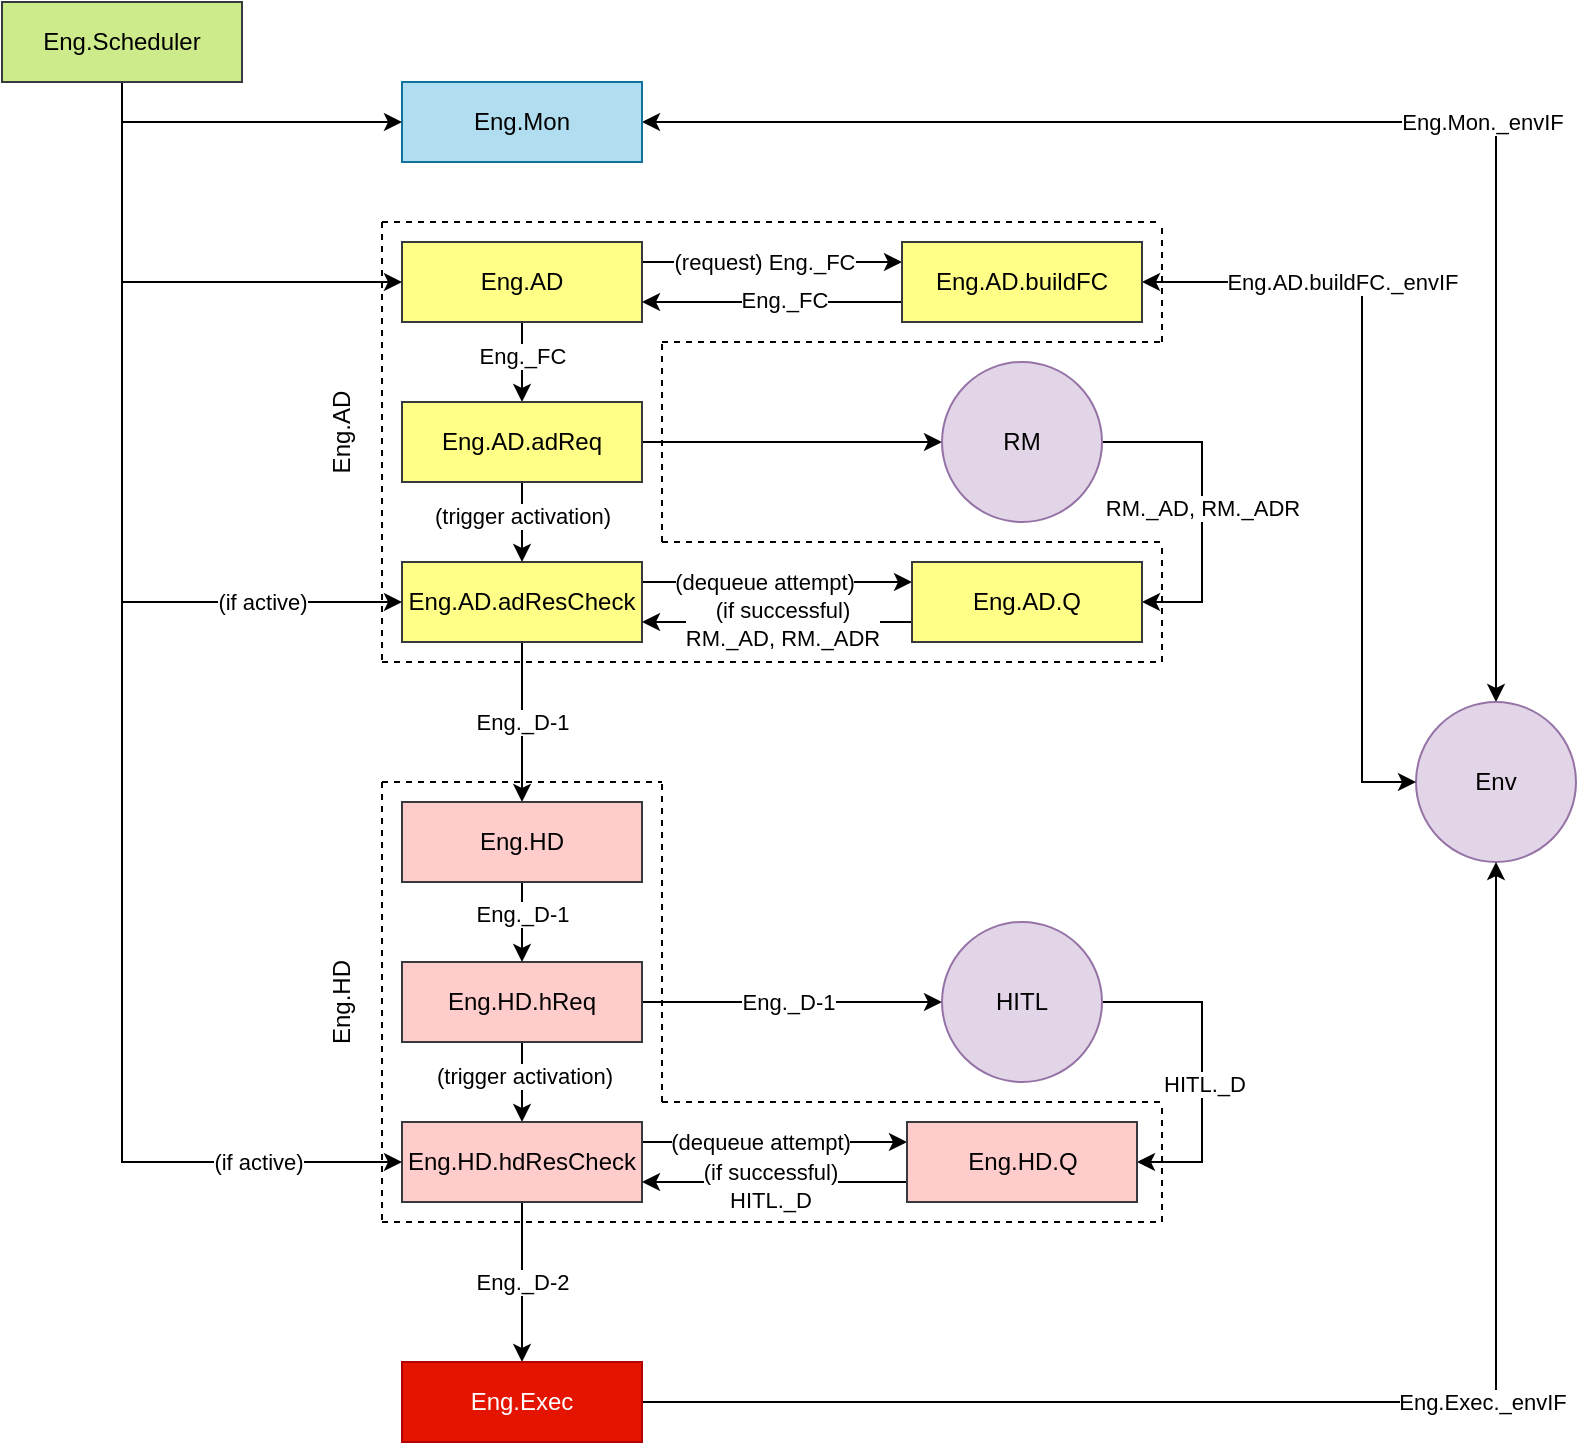
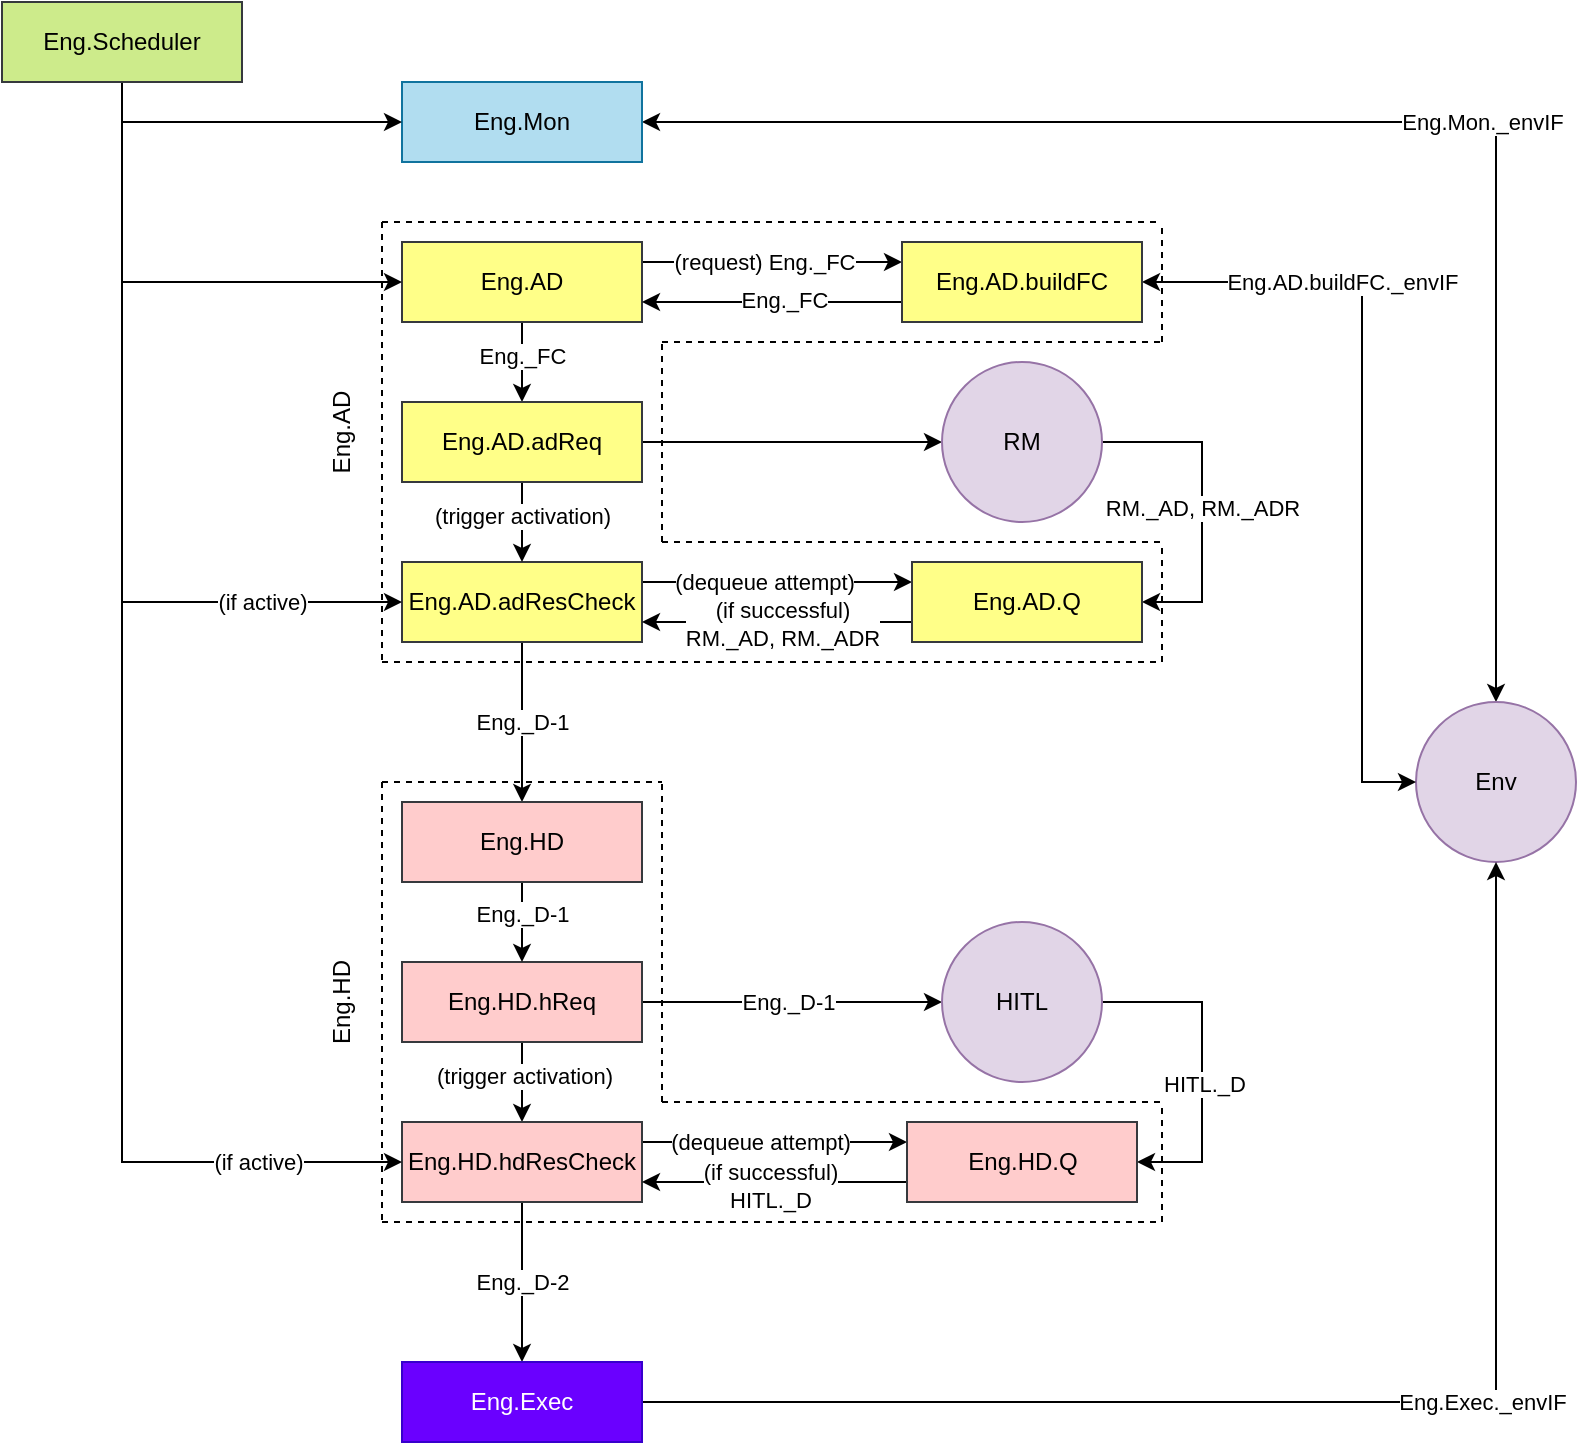
<mxfile host="app.diagrams.net">
  <diagram name="Page-1" id="OlbvHiH25T4Iblp31CC4">
    <mxGraphModel dx="699" dy="388" grid="0" gridSize="10" guides="1" tooltips="1" connect="1" arrows="1" fold="1" page="1" pageScale="1" pageWidth="827" pageHeight="1169" background="#ffffff" math="0" shadow="0">
      <root>
        <mxCell id="0" />
        <mxCell id="1" parent="0" />
        <mxCell id="co-fIusRbvJiOKSlR68D-45" edge="1" parent="1" source="co-fIusRbvJiOKSlR68D-1" style="edgeStyle=orthogonalEdgeStyle;rounded=0;orthogonalLoop=1;jettySize=auto;html=1;exitX=1;exitY=0.25;exitDx=0;exitDy=0;entryX=0;entryY=0.25;entryDx=0;entryDy=0;" target="co-fIusRbvJiOKSlR68D-44">
          <mxGeometry relative="1" as="geometry" />
        </mxCell>
        <mxCell id="co-fIusRbvJiOKSlR68D-48" connectable="0" parent="co-fIusRbvJiOKSlR68D-45" style="edgeLabel;html=1;align=center;verticalAlign=middle;resizable=0;points=[];" value="(dequeue attempt)" vertex="1">
          <mxGeometry relative="1" x="-0.1062" as="geometry">
            <mxPoint as="offset" />
          </mxGeometry>
        </mxCell>
        <mxCell id="co-fIusRbvJiOKSlR68D-66" edge="1" parent="1" source="co-fIusRbvJiOKSlR68D-1" style="edgeStyle=orthogonalEdgeStyle;rounded=0;orthogonalLoop=1;jettySize=auto;html=1;exitX=0.5;exitY=1;exitDx=0;exitDy=0;entryX=0.5;entryY=0;entryDx=0;entryDy=0;" target="co-fIusRbvJiOKSlR68D-65">
          <mxGeometry relative="1" as="geometry" />
        </mxCell>
        <mxCell id="co-fIusRbvJiOKSlR68D-1" parent="1" style="rounded=0;whiteSpace=wrap;html=1;fillColor=#ffff88;strokeColor=#36393d;" value="Eng.AD.adResCheck" vertex="1">
          <mxGeometry height="40" width="120" x="320" y="400" as="geometry" />
        </mxCell>
        <mxCell id="co-fIusRbvJiOKSlR68D-20" edge="1" parent="1" source="co-fIusRbvJiOKSlR68D-2" style="edgeStyle=orthogonalEdgeStyle;rounded=0;orthogonalLoop=1;jettySize=auto;html=1;exitX=1;exitY=0.5;exitDx=0;exitDy=0;strokeColor=default;startArrow=classic;startFill=1;" target="co-fIusRbvJiOKSlR68D-19">
          <mxGeometry relative="1" as="geometry" />
        </mxCell>
        <mxCell id="co-fIusRbvJiOKSlR68D-22" connectable="0" parent="co-fIusRbvJiOKSlR68D-20" style="edgeLabel;html=1;align=center;verticalAlign=middle;resizable=0;points=[];" value="Eng.Mon._envIF" vertex="1">
          <mxGeometry relative="1" x="-0.04" y="2" as="geometry">
            <mxPoint x="76" y="2" as="offset" />
          </mxGeometry>
        </mxCell>
        <mxCell id="co-fIusRbvJiOKSlR68D-2" parent="1" style="rounded=0;whiteSpace=wrap;html=1;fillColor=#b1ddf0;strokeColor=#10739e;" value="Eng.Mon" vertex="1">
          <mxGeometry height="40" width="120" x="320" y="160" as="geometry" />
        </mxCell>
        <mxCell id="co-fIusRbvJiOKSlR68D-30" edge="1" parent="1" source="co-fIusRbvJiOKSlR68D-3" style="edgeStyle=orthogonalEdgeStyle;rounded=0;orthogonalLoop=1;jettySize=auto;html=1;exitX=1;exitY=0.25;exitDx=0;exitDy=0;entryX=0;entryY=0.25;entryDx=0;entryDy=0;" target="co-fIusRbvJiOKSlR68D-23">
          <mxGeometry relative="1" as="geometry" />
        </mxCell>
        <mxCell id="co-fIusRbvJiOKSlR68D-32" connectable="0" parent="co-fIusRbvJiOKSlR68D-30" style="edgeLabel;html=1;align=center;verticalAlign=middle;resizable=0;points=[];" value="(request) Eng._FC" vertex="1">
          <mxGeometry relative="1" x="-0.1785" as="geometry">
            <mxPoint x="7" as="offset" />
          </mxGeometry>
        </mxCell>
        <mxCell id="co-fIusRbvJiOKSlR68D-34" edge="1" parent="1" source="co-fIusRbvJiOKSlR68D-3" style="edgeStyle=orthogonalEdgeStyle;rounded=0;orthogonalLoop=1;jettySize=auto;html=1;exitX=0.5;exitY=1;exitDx=0;exitDy=0;" target="co-fIusRbvJiOKSlR68D-5">
          <mxGeometry relative="1" as="geometry" />
        </mxCell>
        <mxCell id="co-fIusRbvJiOKSlR68D-35" connectable="0" parent="co-fIusRbvJiOKSlR68D-34" style="edgeLabel;html=1;align=center;verticalAlign=middle;resizable=0;points=[];" value="Eng._FC" vertex="1">
          <mxGeometry relative="1" x="-0.38" y="-1" as="geometry">
            <mxPoint x="1" y="4" as="offset" />
          </mxGeometry>
        </mxCell>
        <mxCell id="co-fIusRbvJiOKSlR68D-3" parent="1" style="rounded=0;whiteSpace=wrap;html=1;fillColor=#ffff88;strokeColor=#36393d;" value="Eng.AD" vertex="1">
          <mxGeometry height="40" width="120" x="320" y="240" as="geometry" />
        </mxCell>
        <mxCell id="co-fIusRbvJiOKSlR68D-75" edge="1" parent="1" source="co-fIusRbvJiOKSlR68D-4" style="edgeStyle=orthogonalEdgeStyle;rounded=0;orthogonalLoop=1;jettySize=auto;html=1;exitX=1;exitY=0.5;exitDx=0;exitDy=0;entryX=0;entryY=0.5;entryDx=0;entryDy=0;" target="co-fIusRbvJiOKSlR68D-68">
          <mxGeometry relative="1" as="geometry" />
        </mxCell>
        <mxCell id="co-fIusRbvJiOKSlR68D-90" edge="1" parent="1" source="co-fIusRbvJiOKSlR68D-4" style="edgeStyle=orthogonalEdgeStyle;rounded=0;orthogonalLoop=1;jettySize=auto;html=1;exitX=0.5;exitY=1;exitDx=0;exitDy=0;entryX=0.5;entryY=0;entryDx=0;entryDy=0;" target="co-fIusRbvJiOKSlR68D-6">
          <mxGeometry relative="1" as="geometry" />
        </mxCell>
        <mxCell id="co-fIusRbvJiOKSlR68D-4" parent="1" style="rounded=0;whiteSpace=wrap;html=1;fillColor=#ffcccc;strokeColor=#36393d;" value="Eng.HD.hReq&lt;span style=&quot;color: rgba(0, 0, 0, 0); font-family: monospace; font-size: 0px; text-align: start; white-space: nowrap;&quot;&gt;%3CmxGraphModel%3E%3Croot%3E%3CmxCell%20id%3D%220%22%2F%3E%3CmxCell%20id%3D%221%22%20parent%3D%220%22%2F%3E%3CmxCell%20id%3D%222%22%20parent%3D%221%22%20style%3D%22rounded%3D0%3BwhiteSpace%3Dwrap%3Bhtml%3D1%3B%22%20value%3D%22Eng.dResCheck%22%20vertex%3D%221%22%3E%3CmxGeometry%20height%3D%2240%22%20width%3D%22120%22%20x%3D%22160%22%20y%3D%2280%22%20as%3D%22geometry%22%2F%3E%3C%2FmxCell%3E%3C%2Froot%3E%3C%2FmxGraphModel%3E&lt;/span&gt;" vertex="1">
          <mxGeometry height="40" width="120" x="320" y="600" as="geometry" />
        </mxCell>
        <mxCell id="co-fIusRbvJiOKSlR68D-36" edge="1" parent="1" source="co-fIusRbvJiOKSlR68D-5" style="edgeStyle=orthogonalEdgeStyle;rounded=0;orthogonalLoop=1;jettySize=auto;html=1;exitX=1;exitY=0.5;exitDx=0;exitDy=0;entryX=0;entryY=0.5;entryDx=0;entryDy=0;" target="co-fIusRbvJiOKSlR68D-37">
          <mxGeometry relative="1" as="geometry">
            <mxPoint x="560" y="340" as="targetPoint" />
          </mxGeometry>
        </mxCell>
        <mxCell id="co-fIusRbvJiOKSlR68D-39" edge="1" parent="1" source="co-fIusRbvJiOKSlR68D-5" style="edgeStyle=orthogonalEdgeStyle;rounded=0;orthogonalLoop=1;jettySize=auto;html=1;exitX=0.5;exitY=1;exitDx=0;exitDy=0;entryX=0.5;entryY=0;entryDx=0;entryDy=0;" target="co-fIusRbvJiOKSlR68D-1">
          <mxGeometry relative="1" as="geometry" />
        </mxCell>
        <mxCell id="co-fIusRbvJiOKSlR68D-40" connectable="0" parent="co-fIusRbvJiOKSlR68D-39" style="edgeLabel;html=1;align=center;verticalAlign=middle;resizable=0;points=[];" value="(trigger activation)" vertex="1">
          <mxGeometry relative="1" x="-0.18" as="geometry">
            <mxPoint as="offset" />
          </mxGeometry>
        </mxCell>
        <mxCell id="co-fIusRbvJiOKSlR68D-5" parent="1" style="rounded=0;whiteSpace=wrap;html=1;fillColor=#ffff88;strokeColor=#36393d;" value="Eng.AD.adReq" vertex="1">
          <mxGeometry height="40" width="120" x="320" y="320" as="geometry" />
        </mxCell>
        <mxCell id="co-fIusRbvJiOKSlR68D-79" edge="1" parent="1" source="co-fIusRbvJiOKSlR68D-6" style="edgeStyle=orthogonalEdgeStyle;rounded=0;orthogonalLoop=1;jettySize=auto;html=1;exitX=1;exitY=0.25;exitDx=0;exitDy=0;entryX=0;entryY=0.25;entryDx=0;entryDy=0;" target="co-fIusRbvJiOKSlR68D-77">
          <mxGeometry relative="1" as="geometry" />
        </mxCell>
        <mxCell id="co-fIusRbvJiOKSlR68D-97" edge="1" parent="1" source="co-fIusRbvJiOKSlR68D-6" style="edgeStyle=orthogonalEdgeStyle;rounded=0;orthogonalLoop=1;jettySize=auto;html=1;exitX=0.5;exitY=1;exitDx=0;exitDy=0;entryX=0.5;entryY=0;entryDx=0;entryDy=0;" target="co-fIusRbvJiOKSlR68D-93">
          <mxGeometry relative="1" as="geometry">
            <Array as="points">
              <mxPoint x="380" y="760" />
              <mxPoint x="380" y="760" />
            </Array>
          </mxGeometry>
        </mxCell>
        <mxCell id="co-fIusRbvJiOKSlR68D-6" parent="1" style="rounded=0;whiteSpace=wrap;html=1;fillColor=#ffcccc;strokeColor=#36393d;" value="Eng.HD.hdResCheck" vertex="1">
          <mxGeometry height="40" width="120" x="320" y="680" as="geometry" />
        </mxCell>
        <mxCell id="co-fIusRbvJiOKSlR68D-19" parent="1" style="ellipse;whiteSpace=wrap;html=1;aspect=fixed;fillColor=#e1d5e7;strokeColor=#9673a6;" value="Env" vertex="1">
          <mxGeometry height="80" width="80" x="827" y="470" as="geometry" />
        </mxCell>
        <mxCell id="co-fIusRbvJiOKSlR68D-31" edge="1" parent="1" source="co-fIusRbvJiOKSlR68D-23" style="edgeStyle=orthogonalEdgeStyle;rounded=0;orthogonalLoop=1;jettySize=auto;html=1;exitX=0;exitY=0.75;exitDx=0;exitDy=0;entryX=1;entryY=0.75;entryDx=0;entryDy=0;" target="co-fIusRbvJiOKSlR68D-3">
          <mxGeometry relative="1" as="geometry" />
        </mxCell>
        <mxCell id="co-fIusRbvJiOKSlR68D-33" connectable="0" parent="co-fIusRbvJiOKSlR68D-31" style="edgeLabel;html=1;align=center;verticalAlign=middle;resizable=0;points=[];" value="Eng._FC" vertex="1">
          <mxGeometry relative="1" x="0.0708" y="-1" as="geometry">
            <mxPoint x="10" as="offset" />
          </mxGeometry>
        </mxCell>
        <mxCell id="co-fIusRbvJiOKSlR68D-106" edge="1" parent="1" source="co-fIusRbvJiOKSlR68D-23" style="edgeStyle=orthogonalEdgeStyle;rounded=0;orthogonalLoop=1;jettySize=auto;html=1;exitX=1;exitY=0.5;exitDx=0;exitDy=0;entryX=0;entryY=0.5;entryDx=0;entryDy=0;startArrow=classic;startFill=1;" target="co-fIusRbvJiOKSlR68D-19">
          <mxGeometry relative="1" as="geometry">
            <Array as="points">
              <mxPoint x="800" y="260" />
              <mxPoint x="800" y="510" />
            </Array>
          </mxGeometry>
        </mxCell>
        <mxCell id="co-fIusRbvJiOKSlR68D-23" parent="1" style="rounded=0;whiteSpace=wrap;html=1;fillColor=#ffff88;strokeColor=#36393d;" value="Eng.AD.buildFC" vertex="1">
          <mxGeometry height="40" width="120" x="570" y="240" as="geometry" />
        </mxCell>
        <mxCell id="co-fIusRbvJiOKSlR68D-25" edge="1" parent="1" source="co-fIusRbvJiOKSlR68D-24" style="edgeStyle=orthogonalEdgeStyle;rounded=0;orthogonalLoop=1;jettySize=auto;html=1;exitX=0.5;exitY=1;exitDx=0;exitDy=0;entryX=0;entryY=0.5;entryDx=0;entryDy=0;" target="co-fIusRbvJiOKSlR68D-2">
          <mxGeometry relative="1" as="geometry" />
        </mxCell>
        <mxCell id="co-fIusRbvJiOKSlR68D-26" edge="1" parent="1" source="co-fIusRbvJiOKSlR68D-24" style="edgeStyle=orthogonalEdgeStyle;rounded=0;orthogonalLoop=1;jettySize=auto;html=1;exitX=0.5;exitY=1;exitDx=0;exitDy=0;entryX=0;entryY=0.5;entryDx=0;entryDy=0;" target="co-fIusRbvJiOKSlR68D-3">
          <mxGeometry relative="1" as="geometry" />
        </mxCell>
        <mxCell id="co-fIusRbvJiOKSlR68D-38" edge="1" parent="1" source="co-fIusRbvJiOKSlR68D-24" style="edgeStyle=orthogonalEdgeStyle;rounded=0;orthogonalLoop=1;jettySize=auto;html=1;exitX=0.5;exitY=1;exitDx=0;exitDy=0;entryX=0;entryY=0.5;entryDx=0;entryDy=0;" target="co-fIusRbvJiOKSlR68D-1">
          <mxGeometry relative="1" as="geometry" />
        </mxCell>
        <mxCell id="co-fIusRbvJiOKSlR68D-42" connectable="0" parent="co-fIusRbvJiOKSlR68D-38" style="edgeLabel;html=1;align=center;verticalAlign=middle;resizable=0;points=[];" value="(if active)" vertex="1">
          <mxGeometry relative="1" x="0.6308" y="-2" as="geometry">
            <mxPoint x="4" y="-2" as="offset" />
          </mxGeometry>
        </mxCell>
        <mxCell id="co-fIusRbvJiOKSlR68D-81" edge="1" parent="1" source="co-fIusRbvJiOKSlR68D-24" style="edgeStyle=orthogonalEdgeStyle;rounded=0;orthogonalLoop=1;jettySize=auto;html=1;exitX=0.5;exitY=1;exitDx=0;exitDy=0;entryX=0;entryY=0.5;entryDx=0;entryDy=0;" target="co-fIusRbvJiOKSlR68D-6">
          <mxGeometry relative="1" as="geometry" />
        </mxCell>
        <mxCell id="co-fIusRbvJiOKSlR68D-24" parent="1" style="rounded=0;whiteSpace=wrap;html=1;fillColor=#cdeb8b;strokeColor=#36393d;" value="Eng.Scheduler" vertex="1">
          <mxGeometry height="40" width="120" x="120" y="120" as="geometry" />
        </mxCell>
        <mxCell id="co-fIusRbvJiOKSlR68D-63" edge="1" parent="1" source="co-fIusRbvJiOKSlR68D-37" style="edgeStyle=orthogonalEdgeStyle;rounded=0;orthogonalLoop=1;jettySize=auto;html=1;exitX=1;exitY=0.5;exitDx=0;exitDy=0;entryX=1;entryY=0.5;entryDx=0;entryDy=0;" target="co-fIusRbvJiOKSlR68D-44">
          <mxGeometry relative="1" as="geometry">
            <Array as="points">
              <mxPoint x="720" y="340" />
              <mxPoint x="720" y="420" />
            </Array>
          </mxGeometry>
        </mxCell>
        <mxCell id="co-fIusRbvJiOKSlR68D-64" connectable="0" parent="co-fIusRbvJiOKSlR68D-63" style="edgeLabel;html=1;align=center;verticalAlign=middle;resizable=0;points=[];" value="RM._AD, RM._ADR" vertex="1">
          <mxGeometry relative="1" x="0.0314" y="-2" as="geometry">
            <mxPoint x="2" as="offset" />
          </mxGeometry>
        </mxCell>
        <mxCell id="co-fIusRbvJiOKSlR68D-37" parent="1" style="ellipse;whiteSpace=wrap;html=1;aspect=fixed;fillColor=#e1d5e7;strokeColor=#9673a6;" value="RM" vertex="1">
          <mxGeometry height="80" width="80" x="590" y="300" as="geometry" />
        </mxCell>
        <mxCell id="co-fIusRbvJiOKSlR68D-47" edge="1" parent="1" source="co-fIusRbvJiOKSlR68D-44" style="edgeStyle=orthogonalEdgeStyle;rounded=0;orthogonalLoop=1;jettySize=auto;html=1;exitX=0;exitY=0.75;exitDx=0;exitDy=0;entryX=1;entryY=0.75;entryDx=0;entryDy=0;" target="co-fIusRbvJiOKSlR68D-1">
          <mxGeometry relative="1" as="geometry" />
        </mxCell>
        <mxCell id="co-fIusRbvJiOKSlR68D-49" connectable="0" parent="co-fIusRbvJiOKSlR68D-47" style="edgeLabel;html=1;align=center;verticalAlign=middle;resizable=0;points=[];" value="(if successful)&lt;div&gt;RM._AD, RM._ADR&lt;/div&gt;" vertex="1">
          <mxGeometry relative="1" x="0.0084" as="geometry">
            <mxPoint x="3" y="1" as="offset" />
          </mxGeometry>
        </mxCell>
        <mxCell id="co-fIusRbvJiOKSlR68D-44" parent="1" style="rounded=0;whiteSpace=wrap;html=1;fillColor=#ffff88;strokeColor=#36393d;" value="Eng.AD.Q" vertex="1">
          <mxGeometry height="40" width="115" x="575" y="400" as="geometry" />
        </mxCell>
        <mxCell id="co-fIusRbvJiOKSlR68D-51" edge="1" parent="1" style="endArrow=none;dashed=1;html=1;rounded=0;" value="">
          <mxGeometry height="50" relative="1" width="50" as="geometry">
            <mxPoint x="310" y="230" as="sourcePoint" />
            <mxPoint x="700" y="230" as="targetPoint" />
          </mxGeometry>
        </mxCell>
        <mxCell id="co-fIusRbvJiOKSlR68D-52" edge="1" parent="1" style="endArrow=none;dashed=1;html=1;rounded=0;" value="">
          <mxGeometry height="50" relative="1" width="50" as="geometry">
            <mxPoint x="310" y="230" as="sourcePoint" />
            <mxPoint x="310" y="450" as="targetPoint" />
          </mxGeometry>
        </mxCell>
        <mxCell id="co-fIusRbvJiOKSlR68D-53" edge="1" parent="1" style="endArrow=none;dashed=1;html=1;rounded=0;" value="">
          <mxGeometry height="50" relative="1" width="50" as="geometry">
            <mxPoint x="310" y="450" as="sourcePoint" />
            <mxPoint x="700" y="450" as="targetPoint" />
          </mxGeometry>
        </mxCell>
        <mxCell id="co-fIusRbvJiOKSlR68D-54" edge="1" parent="1" style="endArrow=none;dashed=1;html=1;rounded=0;" value="">
          <mxGeometry height="50" relative="1" width="50" as="geometry">
            <mxPoint x="700" y="450" as="sourcePoint" />
            <mxPoint x="700" y="390" as="targetPoint" />
          </mxGeometry>
        </mxCell>
        <mxCell id="co-fIusRbvJiOKSlR68D-55" edge="1" parent="1" style="endArrow=none;dashed=1;html=1;rounded=0;" value="">
          <mxGeometry height="50" relative="1" width="50" as="geometry">
            <mxPoint x="450" y="390" as="sourcePoint" />
            <mxPoint x="700" y="390" as="targetPoint" />
          </mxGeometry>
        </mxCell>
        <mxCell id="co-fIusRbvJiOKSlR68D-57" edge="1" parent="1" style="endArrow=none;dashed=1;html=1;rounded=0;" value="">
          <mxGeometry height="50" relative="1" width="50" as="geometry">
            <mxPoint x="450" y="290" as="sourcePoint" />
            <mxPoint x="700" y="290" as="targetPoint" />
          </mxGeometry>
        </mxCell>
        <mxCell id="co-fIusRbvJiOKSlR68D-58" parent="1" style="text;html=1;whiteSpace=wrap;strokeColor=none;fillColor=none;align=center;verticalAlign=middle;rounded=0;rotation=-90;" value="Eng.AD" vertex="1">
          <mxGeometry height="30" width="60" x="260" y="320" as="geometry" />
        </mxCell>
        <mxCell id="co-fIusRbvJiOKSlR68D-59" edge="1" parent="1" style="endArrow=none;dashed=1;html=1;rounded=0;" value="">
          <mxGeometry height="50" relative="1" width="50" as="geometry">
            <mxPoint x="700" y="290" as="sourcePoint" />
            <mxPoint x="700" y="230" as="targetPoint" />
          </mxGeometry>
        </mxCell>
        <mxCell id="co-fIusRbvJiOKSlR68D-60" edge="1" parent="1" style="endArrow=none;dashed=1;html=1;rounded=0;" value="">
          <mxGeometry height="50" relative="1" width="50" as="geometry">
            <mxPoint x="450" y="390" as="sourcePoint" />
            <mxPoint x="450" y="290" as="targetPoint" />
          </mxGeometry>
        </mxCell>
        <mxCell id="co-fIusRbvJiOKSlR68D-71" edge="1" parent="1" source="co-fIusRbvJiOKSlR68D-65" style="edgeStyle=orthogonalEdgeStyle;rounded=0;orthogonalLoop=1;jettySize=auto;html=1;exitX=0.5;exitY=1;exitDx=0;exitDy=0;entryX=0.5;entryY=0;entryDx=0;entryDy=0;" target="co-fIusRbvJiOKSlR68D-4">
          <mxGeometry relative="1" as="geometry" />
        </mxCell>
        <mxCell id="co-fIusRbvJiOKSlR68D-100" connectable="0" parent="co-fIusRbvJiOKSlR68D-71" style="edgeLabel;html=1;align=center;verticalAlign=middle;resizable=0;points=[];" value="&lt;span style=&quot;color: rgba(0, 0, 0, 0); font-family: monospace; font-size: 0px; text-align: start; background-color: rgb(236, 236, 236);&quot;&gt;%3CmxGraphModel%3E%3Croot%3E%3CmxCell%20id%3D%220%22%2F%3E%3CmxCell%20id%3D%221%22%20parent%3D%220%22%2F%3E%3CmxCell%20id%3D%222%22%20connectable%3D%220%22%20parent%3D%221%22%20style%3D%22edgeLabel%3Bhtml%3D1%3Balign%3Dcenter%3BverticalAlign%3Dmiddle%3Bresizable%3D0%3Bpoints%3D%5B%5D%3B%22%20value%3D%22Eng._D-1%22%20vertex%3D%221%22%3E%3CmxGeometry%20x%3D%22513%22%20y%3D%22620%22%20as%3D%22geometry%22%2F%3E%3C%2FmxCell%3E%3C%2Froot%3E%3C%2FmxGraphModel%3E&lt;/span&gt;" vertex="1">
          <mxGeometry relative="1" x="-0.1789" as="geometry">
            <mxPoint as="offset" />
          </mxGeometry>
        </mxCell>
        <mxCell id="co-fIusRbvJiOKSlR68D-65" parent="1" style="rounded=0;whiteSpace=wrap;html=1;fillColor=#ffcccc;strokeColor=#36393d;" value="Eng.HD" vertex="1">
          <mxGeometry height="40" width="120" x="320" y="520" as="geometry" />
        </mxCell>
        <mxCell id="co-fIusRbvJiOKSlR68D-67" connectable="0" parent="1" style="edgeLabel;html=1;align=center;verticalAlign=middle;resizable=0;points=[];" value="Eng._D-1" vertex="1">
          <mxGeometry x="380" y="480" as="geometry" />
        </mxCell>
        <mxCell id="co-fIusRbvJiOKSlR68D-78" edge="1" parent="1" source="co-fIusRbvJiOKSlR68D-68" style="edgeStyle=orthogonalEdgeStyle;rounded=0;orthogonalLoop=1;jettySize=auto;html=1;exitX=1;exitY=0.5;exitDx=0;exitDy=0;entryX=1;entryY=0.5;entryDx=0;entryDy=0;" target="co-fIusRbvJiOKSlR68D-77">
          <mxGeometry relative="1" as="geometry">
            <Array as="points">
              <mxPoint x="720" y="620" />
              <mxPoint x="720" y="700" />
            </Array>
          </mxGeometry>
        </mxCell>
        <mxCell id="co-fIusRbvJiOKSlR68D-96" connectable="0" parent="co-fIusRbvJiOKSlR68D-78" style="edgeLabel;html=1;align=center;verticalAlign=middle;resizable=0;points=[];" value="HITL._D" vertex="1">
          <mxGeometry relative="1" x="0.1218" y="1" as="geometry">
            <mxPoint as="offset" />
          </mxGeometry>
        </mxCell>
        <mxCell id="co-fIusRbvJiOKSlR68D-68" parent="1" style="ellipse;whiteSpace=wrap;html=1;aspect=fixed;fillColor=#e1d5e7;strokeColor=#9673a6;" value="HITL" vertex="1">
          <mxGeometry height="80" width="80" x="590" y="580" as="geometry" />
        </mxCell>
        <mxCell id="co-fIusRbvJiOKSlR68D-80" edge="1" parent="1" source="co-fIusRbvJiOKSlR68D-77" style="edgeStyle=orthogonalEdgeStyle;rounded=0;orthogonalLoop=1;jettySize=auto;html=1;exitX=0;exitY=0.75;exitDx=0;exitDy=0;entryX=1;entryY=0.75;entryDx=0;entryDy=0;" target="co-fIusRbvJiOKSlR68D-6">
          <mxGeometry relative="1" as="geometry" />
        </mxCell>
        <mxCell id="co-fIusRbvJiOKSlR68D-77" parent="1" style="rounded=0;whiteSpace=wrap;html=1;fillColor=#ffcccc;strokeColor=#36393d;" value="Eng.HD.Q" vertex="1">
          <mxGeometry height="40" width="115" x="572.5" y="680" as="geometry" />
        </mxCell>
        <mxCell id="co-fIusRbvJiOKSlR68D-83" connectable="0" parent="1" style="edgeLabel;html=1;align=center;verticalAlign=middle;resizable=0;points=[];" value="(if active)" vertex="1">
          <mxGeometry x="248" y="719" as="geometry">
            <mxPoint y="-19" as="offset" />
          </mxGeometry>
        </mxCell>
        <mxCell id="co-fIusRbvJiOKSlR68D-84" edge="1" parent="1" style="endArrow=none;dashed=1;html=1;rounded=0;" value="">
          <mxGeometry height="50" relative="1" width="50" as="geometry">
            <mxPoint x="310" y="510" as="sourcePoint" />
            <mxPoint x="450" y="510" as="targetPoint" />
          </mxGeometry>
        </mxCell>
        <mxCell id="co-fIusRbvJiOKSlR68D-85" edge="1" parent="1" style="endArrow=none;dashed=1;html=1;rounded=0;" value="">
          <mxGeometry height="50" relative="1" width="50" as="geometry">
            <mxPoint x="310" y="510" as="sourcePoint" />
            <mxPoint x="310" y="730" as="targetPoint" />
          </mxGeometry>
        </mxCell>
        <mxCell id="co-fIusRbvJiOKSlR68D-86" edge="1" parent="1" style="endArrow=none;dashed=1;html=1;rounded=0;" value="">
          <mxGeometry height="50" relative="1" width="50" as="geometry">
            <mxPoint x="310" y="730" as="sourcePoint" />
            <mxPoint x="700" y="730" as="targetPoint" />
          </mxGeometry>
        </mxCell>
        <mxCell id="co-fIusRbvJiOKSlR68D-87" edge="1" parent="1" style="endArrow=none;dashed=1;html=1;rounded=0;" value="">
          <mxGeometry height="50" relative="1" width="50" as="geometry">
            <mxPoint x="700" y="730" as="sourcePoint" />
            <mxPoint x="700" y="670" as="targetPoint" />
          </mxGeometry>
        </mxCell>
        <mxCell id="co-fIusRbvJiOKSlR68D-88" edge="1" parent="1" style="endArrow=none;dashed=1;html=1;rounded=0;" value="">
          <mxGeometry height="50" relative="1" width="50" as="geometry">
            <mxPoint x="450" y="670" as="sourcePoint" />
            <mxPoint x="700" y="670" as="targetPoint" />
          </mxGeometry>
        </mxCell>
        <mxCell id="co-fIusRbvJiOKSlR68D-89" edge="1" parent="1" style="endArrow=none;dashed=1;html=1;rounded=0;" value="">
          <mxGeometry height="50" relative="1" width="50" as="geometry">
            <mxPoint x="450" y="670" as="sourcePoint" />
            <mxPoint x="450" y="510" as="targetPoint" />
          </mxGeometry>
        </mxCell>
        <mxCell id="co-fIusRbvJiOKSlR68D-91" connectable="0" parent="1" style="edgeLabel;html=1;align=center;verticalAlign=middle;resizable=0;points=[];" value="(trigger activation)" vertex="1">
          <mxGeometry x="381" y="657" as="geometry" />
        </mxCell>
        <mxCell id="co-fIusRbvJiOKSlR68D-92" parent="1" style="text;html=1;whiteSpace=wrap;strokeColor=none;fillColor=none;align=center;verticalAlign=middle;rounded=0;rotation=-90;" value="Eng.HD" vertex="1">
          <mxGeometry height="30" width="60" x="260" y="605" as="geometry" />
        </mxCell>
        <mxCell id="co-fIusRbvJiOKSlR68D-102" edge="1" parent="1" source="co-fIusRbvJiOKSlR68D-93" style="edgeStyle=orthogonalEdgeStyle;rounded=0;orthogonalLoop=1;jettySize=auto;html=1;exitX=1;exitY=0.5;exitDx=0;exitDy=0;entryX=0.5;entryY=1;entryDx=0;entryDy=0;" target="co-fIusRbvJiOKSlR68D-19">
          <mxGeometry relative="1" as="geometry" />
        </mxCell>
        <mxCell id="co-fIusRbvJiOKSlR68D-103" connectable="0" parent="co-fIusRbvJiOKSlR68D-102" style="edgeLabel;html=1;align=center;verticalAlign=middle;resizable=0;points=[];" value="&lt;span style=&quot;color: rgba(0, 0, 0, 0); font-family: monospace; font-size: 0px; text-align: start; background-color: rgb(236, 236, 236);&quot;&gt;%3CmxGraphModel%3E%3Croot%3E%3CmxCell%20id%3D%220%22%2F%3E%3CmxCell%20id%3D%221%22%20parent%3D%220%22%2F%3E%3CmxCell%20id%3D%222%22%20connectable%3D%220%22%20parent%3D%221%22%20style%3D%22edgeLabel%3Bhtml%3D1%3Balign%3Dcenter%3BverticalAlign%3Dmiddle%3Bresizable%3D0%3Bpoints%3D%5B%5D%3B%22%20value%3D%22Eng._D-2%22%20vertex%3D%221%22%3E%3CmxGeometry%20x%3D%22381.0000000000002%22%20y%3D%22760.8695652173913%22%20as%3D%22geometry%22%2F%3E%3C%2FmxCell%3E%3C%2Froot%3E%3C%2FmxGraphModel%3E&lt;/span&gt;" vertex="1">
          <mxGeometry relative="1" x="0.2962" y="2" as="geometry">
            <mxPoint as="offset" />
          </mxGeometry>
        </mxCell>
-         <mxCell id="co-fIusRbvJiOKSlR68D-93" parent="1" style="rounded=0;whiteSpace=wrap;html=1;fillColor=#e51400;strokeColor=#B20000;fontColor=#ffffff;" value="Eng.Exec" vertex="1">
+         <mxCell id="co-fIusRbvJiOKSlR68D-93" parent="1" style="rounded=0;whiteSpace=wrap;html=1;fillColor=#6a00ff;strokeColor=#3700CC;fontColor=#ffffff;" value="Eng.Exec" vertex="1">
          <mxGeometry height="40" width="120" x="320" y="800" as="geometry" />
        </mxCell>
        <mxCell id="co-fIusRbvJiOKSlR68D-94" connectable="0" parent="1" style="edgeLabel;html=1;align=center;verticalAlign=middle;resizable=0;points=[];" value="(dequeue attempt)" vertex="1">
          <mxGeometry x="513" y="700" as="geometry">
            <mxPoint x="-14" y="-10" as="offset" />
          </mxGeometry>
        </mxCell>
        <mxCell id="co-fIusRbvJiOKSlR68D-95" connectable="0" parent="1" style="edgeLabel;html=1;align=center;verticalAlign=middle;resizable=0;points=[];" value="(if successful)&lt;div&gt;HITL._D&lt;/div&gt;" vertex="1">
          <mxGeometry x="504" y="712" as="geometry" />
        </mxCell>
        <mxCell id="co-fIusRbvJiOKSlR68D-99" connectable="0" parent="1" style="edgeLabel;html=1;align=center;verticalAlign=middle;resizable=0;points=[];" value="Eng._D-1" vertex="1">
          <mxGeometry x="513" y="620" as="geometry" />
        </mxCell>
        <mxCell id="co-fIusRbvJiOKSlR68D-101" connectable="0" parent="1" style="edgeLabel;html=1;align=center;verticalAlign=middle;resizable=0;points=[];" value="Eng._D-1" vertex="1">
          <mxGeometry x="395" y="588" as="geometry">
            <mxPoint x="-15" y="-12" as="offset" />
          </mxGeometry>
        </mxCell>
        <mxCell id="co-fIusRbvJiOKSlR68D-104" connectable="0" parent="1" style="edgeLabel;html=1;align=center;verticalAlign=middle;resizable=0;points=[];" value="Eng.Exec._envIF" vertex="1">
          <mxGeometry x="860" y="820" as="geometry" />
        </mxCell>
        <mxCell id="co-fIusRbvJiOKSlR68D-105" connectable="0" parent="1" style="edgeLabel;html=1;align=center;verticalAlign=middle;resizable=0;points=[];" value="Eng._D-2" vertex="1">
          <mxGeometry x="380" y="760" as="geometry" />
        </mxCell>
        <mxCell id="co-fIusRbvJiOKSlR68D-107" connectable="0" parent="1" style="edgeLabel;html=1;align=center;verticalAlign=middle;resizable=0;points=[];" value="Eng.AD.buildFC._envIF" vertex="1">
          <mxGeometry x="790" y="260" as="geometry" />
        </mxCell>
      </root>
    </mxGraphModel>
  </diagram>
</mxfile>
